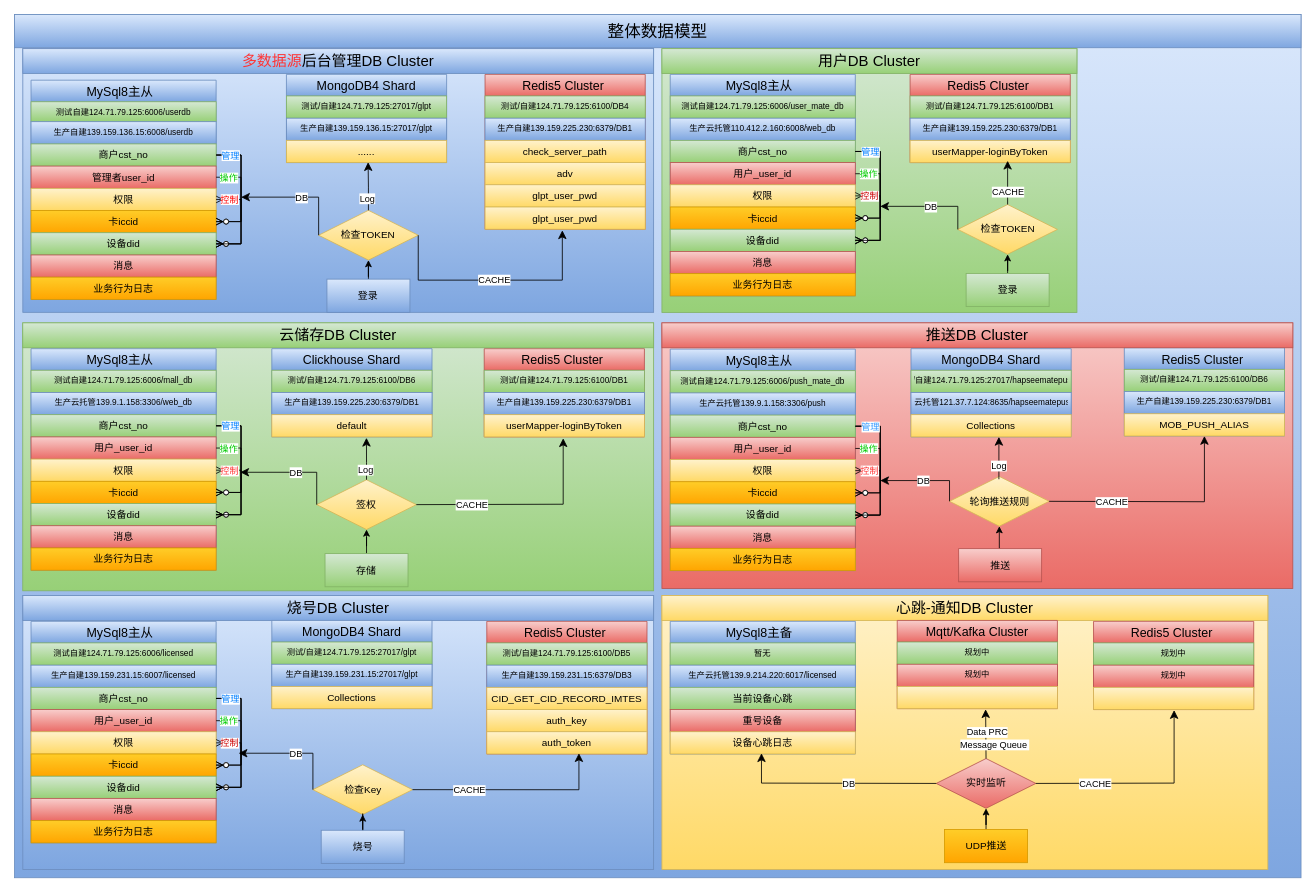
Earlier version of the draw.io diagram cloudbirds/整体数据模型.drawio (luoyongshun/framework). Source tidied: cells renumbered, new cells numbered last; positions are measured from the earlier drawing's top-left corner, leaving out a move shared by most shapes. Both pictures are drawn from the tidied source at 83%, with x=0, y=0 at pixel (14, 14).
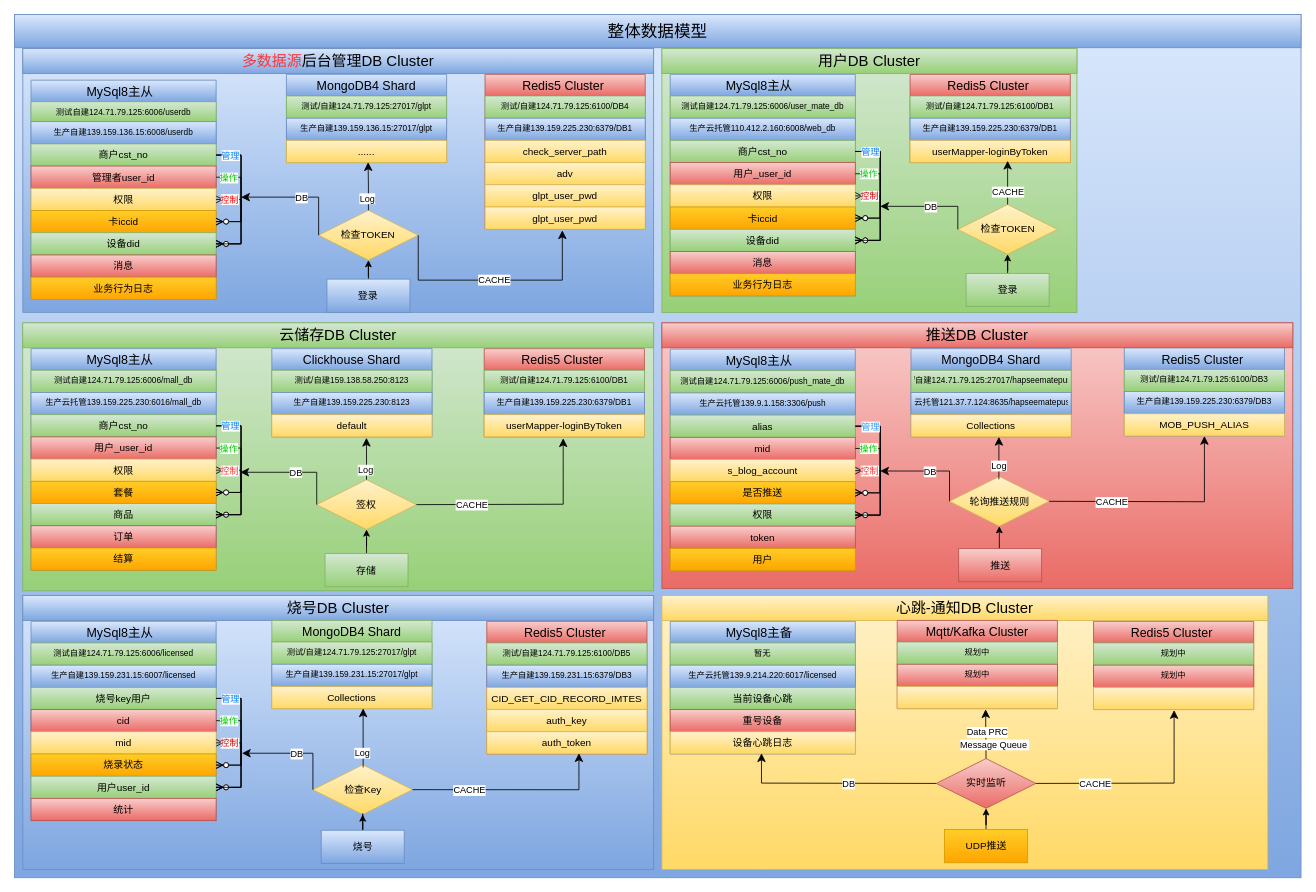
The same page after the edit.

Commit message:
更新整体数据模型.drawio

Unchanged cells that the change refers to:
```xml
<mxCell id="38" value="轮询推送规则" style="shape=rhombus;perimeter=rhombusPerimeter;whiteSpace=wrap;html=1;align=center;fillColor=#fff2cc;gradientColor=#ffd966;strokeColor=#d6b656;" parent="1" vertex="1">
  <mxGeometry x="1126.5" y="556.5" width="120" height="60" as="geometry" />
</mxCell>
<mxCell id="39" value="MySql8主从  " style="swimlane;fontStyle=0;horizontal=1;startSize=26;align=center;fontSize=15;fillColor=#dae8fc;gradientColor=#7ea6e0;strokeColor=#6c8ebf;" parent="1" vertex="1">
  <mxGeometry x="790" y="403.1" width="223" height="266.9" as="geometry" />
</mxCell>
<mxCell id="59" value="Redis5 Cluster " style="swimlane;fontStyle=0;horizontal=1;startSize=26;align=center;fontSize=15;fillColor=#dae8fc;gradientColor=#7ea6e0;strokeColor=#6c8ebf;" parent="1" vertex="1">
  <mxGeometry x="1337.1" y="401.5" width="193" height="106.3" as="geometry" />
</mxCell>
<mxCell id="70" value="MySql8主从  " style="swimlane;fontStyle=0;horizontal=1;startSize=26;align=center;fontSize=15;fillColor=#dae8fc;gradientColor=#7ea6e0;strokeColor=#6c8ebf;" parent="1" vertex="1">
  <mxGeometry x="19.9" y="402.6" width="223" height="266.9" as="geometry" />
</mxCell>
<mxCell id="103" value="Clickhouse Shard" style="swimlane;fontStyle=0;horizontal=1;startSize=26;align=center;fontSize=15;fillColor=#dae8fc;gradientColor=#7ea6e0;strokeColor=#6c8ebf;" parent="1" vertex="1">
  <mxGeometry x="310" y="402.6" width="193" height="106.3" as="geometry" />
</mxCell>
<mxCell id="176" value="检查Key" style="shape=rhombus;perimeter=rhombusPerimeter;whiteSpace=wrap;html=1;align=center;fillColor=#fff2cc;gradientColor=#ffd966;strokeColor=#d6b656;" parent="1" vertex="1">
  <mxGeometry x="359.5" y="903.9" width="120" height="60" as="geometry" />
</mxCell>
```

Change to the diagram source:
```diff
@@
-    <mxCell id="42" value="商户cst_no" style="text;strokeColor=#82b366;fillColor=#d5e8d4;spacingLeft=4;spacingRight=4;overflow=hidden;points=[[0,0.5],[1,0.5]];portConstraint=eastwest;fontSize=12;gradientColor=#97d077;align=center;" parent="39" vertex="1">
+    <mxCell id="42" value="alias" style="text;strokeColor=#82b366;fillColor=#d5e8d4;spacingLeft=4;spacingRight=4;overflow=hidden;points=[[0,0.5],[1,0.5]];portConstraint=eastwest;fontSize=12;gradientColor=#97d077;align=center;" parent="39" vertex="1">
       <mxGeometry y="79.5" width="223" height="26.8" as="geometry" />
     </mxCell>
-    <mxCell id="43" value="用户_user_id" style="text;strokeColor=#b85450;fillColor=#f8cecc;spacingLeft=4;spacingRight=4;overflow=hidden;points=[[0,0.5],[1,0.5]];portConstraint=eastwest;fontSize=12;gradientColor=#ea6b66;align=center;" parent="39" vertex="1">
+    <mxCell id="43" value="mid" style="text;strokeColor=#b85450;fillColor=#f8cecc;spacingLeft=4;spacingRight=4;overflow=hidden;points=[[0,0.5],[1,0.5]];portConstraint=eastwest;fontSize=12;gradientColor=#ea6b66;align=center;" parent="39" vertex="1">
       <mxGeometry y="106.3" width="223" height="26.8" as="geometry" />
     </mxCell>
-    <mxCell id="44" value="权限" style="text;strokeColor=#d6b656;fillColor=#fff2cc;spacingLeft=4;spacingRight=4;overflow=hidden;points=[[0,0.5],[1,0.5]];portConstraint=eastwest;fontSize=12;gradientColor=#ffd966;align=center;" parent="39" vertex="1">
+    <mxCell id="44" value="s_blog_account" style="text;strokeColor=#d6b656;fillColor=#fff2cc;spacingLeft=4;spacingRight=4;overflow=hidden;points=[[0,0.5],[1,0.5]];portConstraint=eastwest;fontSize=12;gradientColor=#ffd966;align=center;" parent="39" vertex="1">
       <mxGeometry y="133" width="223" height="26.8" as="geometry" />
     </mxCell>
-    <mxCell id="45" value="卡iccid" style="text;strokeColor=#d79b00;fillColor=#ffcd28;spacingLeft=4;spacingRight=4;overflow=hidden;points=[[0,0.5],[1,0.5]];portConstraint=eastwest;fontSize=12;gradientColor=#ffa500;align=center;" parent="39" vertex="1">
+    <mxCell id="45" value="是否推送" style="text;strokeColor=#d79b00;fillColor=#ffcd28;spacingLeft=4;spacingRight=4;overflow=hidden;points=[[0,0.5],[1,0.5]];portConstraint=eastwest;fontSize=12;gradientColor=#ffa500;align=center;" parent="39" vertex="1">
       <mxGeometry y="159.8" width="223" height="26.8" as="geometry" />
     </mxCell>
-    <mxCell id="46" value="设备did" style="text;strokeColor=#82b366;fillColor=#d5e8d4;spacingLeft=4;spacingRight=4;overflow=hidden;points=[[0,0.5],[1,0.5]];portConstraint=eastwest;fontSize=12;gradientColor=#97d077;align=center;" parent="39" vertex="1">
+    <mxCell id="46" value="权限" style="text;strokeColor=#82b366;fillColor=#d5e8d4;spacingLeft=4;spacingRight=4;overflow=hidden;points=[[0,0.5],[1,0.5]];portConstraint=eastwest;fontSize=12;gradientColor=#97d077;align=center;" parent="39" vertex="1">
       <mxGeometry y="186.6" width="223" height="26.8" as="geometry" />
     </mxCell>
-    <mxCell id="47" value="消息" style="text;strokeColor=#b85450;fillColor=#f8cecc;spacingLeft=4;spacingRight=4;overflow=hidden;fontSize=12;gradientColor=#ea6b66;align=center;" parent="39" vertex="1">
+    <mxCell id="47" value="token" style="text;strokeColor=#b85450;fillColor=#f8cecc;spacingLeft=4;spacingRight=4;overflow=hidden;fontSize=12;gradientColor=#ea6b66;align=center;" parent="39" vertex="1">
       <mxGeometry y="213.3" width="223" height="26.8" as="geometry" />
     </mxCell>
-    <mxCell id="48" value="业务行为日志" style="text;strokeColor=#d79b00;fillColor=#ffcd28;spacingLeft=4;spacingRight=4;overflow=hidden;fontSize=12;gradientColor=#ffa500;align=center;" parent="39" vertex="1">
+    <mxCell id="48" value="用户" style="text;strokeColor=#d79b00;fillColor=#ffcd28;spacingLeft=4;spacingRight=4;overflow=hidden;fontSize=12;gradientColor=#ffa500;align=center;" parent="39" vertex="1">
       <mxGeometry y="240.1" width="223" height="26.8" as="geometry" />
     </mxCell>
@@
-    <mxCell id="60" value="测试/自建124.71.79.125:6100/DB6" style="text;strokeColor=#82b366;fillColor=#d5e8d4;spacingLeft=4;spacingRight=4;overflow=hidden;fontSize=10;gradientColor=#97d077;align=center;" parent="59" vertex="1">
+    <mxCell id="60" value="测试/自建124.71.79.125:6100/DB3" style="text;strokeColor=#82b366;fillColor=#d5e8d4;spacingLeft=4;spacingRight=4;overflow=hidden;fontSize=10;gradientColor=#97d077;align=center;" parent="59" vertex="1">
       <mxGeometry y="26" width="193" height="26.8" as="geometry" />
     </mxCell>
-    <mxCell id="61" value="生产自建139.159.225.230:6379/DB1" style="text;strokeColor=#6c8ebf;fillColor=#dae8fc;spacingLeft=4;spacingRight=4;overflow=hidden;fontSize=10;gradientColor=#7ea6e0;align=center;" parent="59" vertex="1">
+    <mxCell id="61" value="生产自建139.159.225.230:6379/DB3" style="text;strokeColor=#6c8ebf;fillColor=#dae8fc;spacingLeft=4;spacingRight=4;overflow=hidden;fontSize=10;gradientColor=#7ea6e0;align=center;" parent="59" vertex="1">
       <mxGeometry y="52.8" width="193" height="26.8" as="geometry" />
     </mxCell>
@@
     <mxCell id="63" style="edgeStyle=elbowEdgeStyle;elbow=vertical;endArrow=classic;html=1;curved=0;rounded=0;endSize=8;startSize=8;exitX=0;exitY=0.5;exitDx=0;exitDy=0;" parent="1" edge="1" source="38">
       <mxGeometry relative="1" as="geometry">
-        <mxPoint x="1043" y="561.5" as="targetPoint" />
+        <mxPoint x="1043" y="550" as="targetPoint" />
         <Array as="points">
-          <mxPoint x="1420.1" y="561.5" />
+          <mxPoint x="1130" y="550" />
         </Array>
       </mxGeometry>
     </mxCell>
@@
-    <mxCell id="72" value="生产云托管139.9.1.158:3306/web_db" style="text;strokeColor=#6c8ebf;fillColor=#dae8fc;spacingLeft=4;spacingRight=4;overflow=hidden;fontSize=10;gradientColor=#7ea6e0;align=center;" parent="70" vertex="1">
+    <mxCell id="72" value="生产云托管139.159.225.230:6016/mall_db" style="text;strokeColor=#6c8ebf;fillColor=#dae8fc;spacingLeft=4;spacingRight=4;overflow=hidden;fontSize=10;gradientColor=#7ea6e0;align=center;" parent="70" vertex="1">
       <mxGeometry y="52.8" width="223" height="26.8" as="geometry" />
     </mxCell>
@@
-    <mxCell id="76" value="卡iccid" style="text;strokeColor=#d79b00;fillColor=#ffcd28;spacingLeft=4;spacingRight=4;overflow=hidden;points=[[0,0.5],[1,0.5]];portConstraint=eastwest;fontSize=12;gradientColor=#ffa500;align=center;" parent="70" vertex="1">
+    <mxCell id="76" value="套餐" style="text;strokeColor=#d79b00;fillColor=#ffcd28;spacingLeft=4;spacingRight=4;overflow=hidden;points=[[0,0.5],[1,0.5]];portConstraint=eastwest;fontSize=12;gradientColor=#ffa500;align=center;" parent="70" vertex="1">
       <mxGeometry y="159.8" width="223" height="26.8" as="geometry" />
     </mxCell>
-    <mxCell id="77" value="设备did" style="text;strokeColor=#82b366;fillColor=#d5e8d4;spacingLeft=4;spacingRight=4;overflow=hidden;points=[[0,0.5],[1,0.5]];portConstraint=eastwest;fontSize=12;gradientColor=#97d077;align=center;" parent="70" vertex="1">
+    <mxCell id="77" value="商品" style="text;strokeColor=#82b366;fillColor=#d5e8d4;spacingLeft=4;spacingRight=4;overflow=hidden;points=[[0,0.5],[1,0.5]];portConstraint=eastwest;fontSize=12;gradientColor=#97d077;align=center;" parent="70" vertex="1">
       <mxGeometry y="186.6" width="223" height="26.8" as="geometry" />
     </mxCell>
-    <mxCell id="78" value="消息" style="text;strokeColor=#b85450;fillColor=#f8cecc;spacingLeft=4;spacingRight=4;overflow=hidden;fontSize=12;gradientColor=#ea6b66;align=center;" parent="70" vertex="1">
+    <mxCell id="78" value="订单" style="text;strokeColor=#b85450;fillColor=#f8cecc;spacingLeft=4;spacingRight=4;overflow=hidden;fontSize=12;gradientColor=#ea6b66;align=center;" parent="70" vertex="1">
       <mxGeometry y="213.3" width="223" height="26.8" as="geometry" />
     </mxCell>
-    <mxCell id="79" value="业务行为日志" style="text;strokeColor=#d79b00;fillColor=#ffcd28;spacingLeft=4;spacingRight=4;overflow=hidden;fontSize=12;gradientColor=#ffa500;align=center;" parent="70" vertex="1">
+    <mxCell id="79" value="结算" style="text;strokeColor=#d79b00;fillColor=#ffcd28;spacingLeft=4;spacingRight=4;overflow=hidden;fontSize=12;gradientColor=#ffa500;align=center;" parent="70" vertex="1">
       <mxGeometry y="240.1" width="223" height="26.8" as="geometry" />
     </mxCell>
@@
-    <mxCell id="104" value="测试/自建124.71.79.125:6100/DB6" style="text;strokeColor=#82b366;fillColor=#d5e8d4;spacingLeft=4;spacingRight=4;overflow=hidden;fontSize=10;gradientColor=#97d077;align=center;" parent="103" vertex="1">
+    <mxCell id="104" value="测试/自建159.138.58.250:8123" style="text;strokeColor=#82b366;fillColor=#d5e8d4;spacingLeft=4;spacingRight=4;overflow=hidden;fontSize=10;gradientColor=#97d077;align=center;" parent="103" vertex="1">
       <mxGeometry y="26" width="193" height="26.8" as="geometry" />
     </mxCell>
-    <mxCell id="105" value="生产自建139.159.225.230:6379/DB1" style="text;strokeColor=#6c8ebf;fillColor=#dae8fc;spacingLeft=4;spacingRight=4;overflow=hidden;fontSize=10;gradientColor=#7ea6e0;align=center;" parent="103" vertex="1">
+    <mxCell id="105" value="生产自建139.159.225.230:8123" style="text;strokeColor=#6c8ebf;fillColor=#dae8fc;spacingLeft=4;spacingRight=4;overflow=hidden;fontSize=10;gradientColor=#7ea6e0;align=center;" parent="103" vertex="1">
       <mxGeometry y="52.8" width="193" height="26.8" as="geometry" />
     </mxCell>
@@
     <mxCell id="177" value="MySql8主从  " style="swimlane;fontStyle=0;horizontal=1;startSize=26;align=center;fontSize=15;fillColor=#dae8fc;gradientColor=#7ea6e0;strokeColor=#6c8ebf;" parent="1" vertex="1">
-      <mxGeometry x="19.9" y="731.1" width="223" height="266.9" as="geometry" />
+      <mxGeometry x="19.9" y="731.1" width="223" height="240.1" as="geometry" />
     </mxCell>
@@
-    <mxCell id="180" value="商户cst_no" style="text;strokeColor=#82b366;fillColor=#d5e8d4;spacingLeft=4;spacingRight=4;overflow=hidden;points=[[0,0.5],[1,0.5]];portConstraint=eastwest;fontSize=12;gradientColor=#97d077;align=center;" parent="177" vertex="1">
+    <mxCell id="180" value="烧号key用户" style="text;strokeColor=#82b366;fillColor=#d5e8d4;spacingLeft=4;spacingRight=4;overflow=hidden;points=[[0,0.5],[1,0.5]];portConstraint=eastwest;fontSize=12;gradientColor=#97d077;align=center;" parent="177" vertex="1">
       <mxGeometry y="79.5" width="223" height="26.8" as="geometry" />
     </mxCell>
-    <mxCell id="181" value="用户_user_id" style="text;strokeColor=#b85450;fillColor=#f8cecc;spacingLeft=4;spacingRight=4;overflow=hidden;points=[[0,0.5],[1,0.5]];portConstraint=eastwest;fontSize=12;gradientColor=#ea6b66;align=center;" parent="177" vertex="1">
+    <mxCell id="181" value="cid" style="text;strokeColor=#b85450;fillColor=#f8cecc;spacingLeft=4;spacingRight=4;overflow=hidden;points=[[0,0.5],[1,0.5]];portConstraint=eastwest;fontSize=12;gradientColor=#ea6b66;align=center;" parent="177" vertex="1">
       <mxGeometry y="106.3" width="223" height="26.8" as="geometry" />
     </mxCell>
-    <mxCell id="182" value="权限" style="text;strokeColor=#d6b656;fillColor=#fff2cc;spacingLeft=4;spacingRight=4;overflow=hidden;points=[[0,0.5],[1,0.5]];portConstraint=eastwest;fontSize=12;gradientColor=#ffd966;align=center;" parent="177" vertex="1">
+    <mxCell id="182" value="mid" style="text;strokeColor=#d6b656;fillColor=#fff2cc;spacingLeft=4;spacingRight=4;overflow=hidden;points=[[0,0.5],[1,0.5]];portConstraint=eastwest;fontSize=12;gradientColor=#ffd966;align=center;" parent="177" vertex="1">
       <mxGeometry y="133" width="223" height="26.8" as="geometry" />
     </mxCell>
-    <mxCell id="183" value="卡iccid" style="text;strokeColor=#d79b00;fillColor=#ffcd28;spacingLeft=4;spacingRight=4;overflow=hidden;points=[[0,0.5],[1,0.5]];portConstraint=eastwest;fontSize=12;gradientColor=#ffa500;align=center;" parent="177" vertex="1">
+    <mxCell id="183" value="烧录状态" style="text;strokeColor=#d79b00;fillColor=#ffcd28;spacingLeft=4;spacingRight=4;overflow=hidden;points=[[0,0.5],[1,0.5]];portConstraint=eastwest;fontSize=12;gradientColor=#ffa500;align=center;" parent="177" vertex="1">
       <mxGeometry y="159.8" width="223" height="26.8" as="geometry" />
     </mxCell>
-    <mxCell id="184" value="设备did" style="text;strokeColor=#82b366;fillColor=#d5e8d4;spacingLeft=4;spacingRight=4;overflow=hidden;points=[[0,0.5],[1,0.5]];portConstraint=eastwest;fontSize=12;gradientColor=#97d077;align=center;" parent="177" vertex="1">
+    <mxCell id="184" value="用户user_id" style="text;strokeColor=#82b366;fillColor=#d5e8d4;spacingLeft=4;spacingRight=4;overflow=hidden;points=[[0,0.5],[1,0.5]];portConstraint=eastwest;fontSize=12;gradientColor=#97d077;align=center;" parent="177" vertex="1">
       <mxGeometry y="186.6" width="223" height="26.8" as="geometry" />
     </mxCell>
-    <mxCell id="185" value="消息" style="text;strokeColor=#b85450;fillColor=#f8cecc;spacingLeft=4;spacingRight=4;overflow=hidden;fontSize=12;gradientColor=#ea6b66;align=center;" parent="177" vertex="1">
+    <mxCell id="185" value="统计" style="text;strokeColor=#b85450;fillColor=#f8cecc;spacingLeft=4;spacingRight=4;overflow=hidden;fontSize=12;gradientColor=#ea6b66;align=center;" parent="177" vertex="1">
       <mxGeometry y="213.3" width="223" height="26.8" as="geometry" />
     </mxCell>
-    <mxCell id="186" value="业务行为日志" style="text;strokeColor=#d79b00;fillColor=#ffcd28;spacingLeft=4;spacingRight=4;overflow=hidden;fontSize=12;gradientColor=#ffa500;align=center;" parent="177" vertex="1">
-      <mxGeometry y="240.1" width="223" height="26.8" as="geometry" />
-    </mxCell>
@@
     <mxCell id="203" style="edgeStyle=elbowEdgeStyle;elbow=vertical;endArrow=classic;html=1;curved=0;rounded=0;endSize=8;startSize=8;exitX=0;exitY=0.5;exitDx=0;exitDy=0;" parent="1" edge="1" source="176">
       <mxGeometry relative="1" as="geometry">
-        <mxPoint x="270" y="890" as="targetPoint" />
+        <mxPoint x="274" y="890" as="targetPoint" />
         <Array as="points">
           <mxPoint x="570" y="890" />
         </Array>
       </mxGeometry>
     </mxCell>
@@
-    <mxCell id="208" value="MongoDB4 Shard" style="swimlane;fontStyle=0;horizontal=1;startSize=26;align=center;fontSize=15;fillColor=#dae8fc;gradientColor=#7ea6e0;strokeColor=#6c8ebf;" parent="1" vertex="1">
+    <mxCell id="208" value="MongoDB4 Shard" style="swimlane;fontStyle=0;horizontal=1;startSize=26;align=center;fontSize=15;fillColor=#d5e8d4;gradientColor=#97d077;strokeColor=#82b366;" parent="1" vertex="1">
       <mxGeometry x="310" y="730" width="193" height="106.3" as="geometry" />
     </mxCell>
@@
+    <mxCell id="212" style="edgeStyle=elbowEdgeStyle;elbow=vertical;endArrow=classic;html=1;curved=0;rounded=0;endSize=8;startSize=8;exitX=0.5;exitY=0;exitDx=0;exitDy=0;" parent="1" edge="1">
+      <mxGeometry relative="1" as="geometry">
+        <mxPoint x="420" y="907" as="sourcePoint" />
+        <mxPoint x="420" y="836" as="targetPoint" />
+        <Array as="points">
+          <mxPoint x="420" y="886" />
+        </Array>
+      </mxGeometry>
+    </mxCell>
+    <mxCell id="213" value="Log" style="edgeLabel;html=1;align=center;verticalAlign=middle;" parent="212" vertex="1">
+      <mxGeometry x="-0.44" relative="1" as="geometry">
+        <mxPoint x="-2" y="2" as="offset" />
+      </mxGeometry>
+    </mxCell>
```
